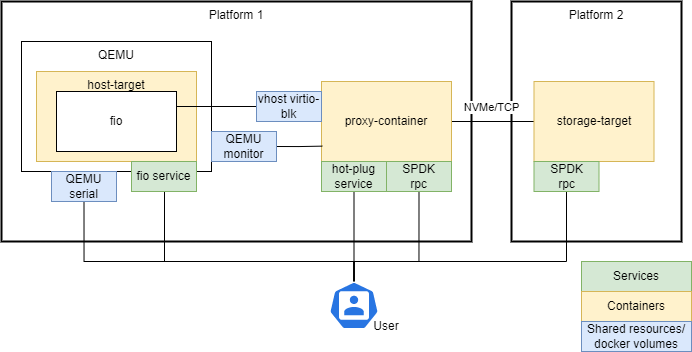
ipdk-io/ipdk keeps this draw.io diagram as build/storage/recipes/system_configuration.png. Above is the earlier version. Source tidied: cells renumbered, new cells last; positions are measured from the earlier drawing's top-left corner, leaving out a move shared by most shapes.
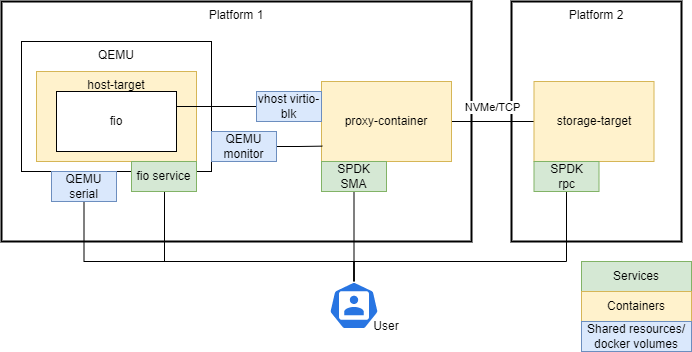
After the commit.

The edit, as a diff of the source:
```diff
@@ -42,14 +42,6 @@
         </Array>
       </mxGeometry>
     </mxCell>
-    <mxCell id="13" style="edgeStyle=orthogonalEdgeStyle;rounded=0;jettySize=auto;html=1;exitX=0.5;exitY=0;exitDx=0;exitDy=0;exitPerimeter=0;entryX=0.5;entryY=1;entryDx=0;entryDy=0;endArrow=none;endFill=0;" parent="1" edge="1" source="16" target="19">
-      <mxGeometry relative="1" as="geometry">
-        <Array as="points">
-          <mxPoint x="353" y="260" />
-          <mxPoint x="418" y="260" />
-        </Array>
-      </mxGeometry>
-    </mxCell>
     <mxCell id="14" style="edgeStyle=orthogonalEdgeStyle;rounded=0;jettySize=auto;html=1;exitX=0.5;exitY=0;exitDx=0;exitDy=0;exitPerimeter=0;endArrow=none;endFill=0;" parent="1" edge="1" source="16" target="17">
       <mxGeometry relative="1" as="geometry">
         <Array as="points">
@@ -72,12 +64,9 @@
     <mxCell id="17" value="fio service" style="rounded=0;whiteSpace=wrap;html=1;fillColor=#d5e8d4;strokeColor=#82b366;" parent="1" vertex="1">
       <mxGeometry x="130" y="160" width="65" height="30" as="geometry" />
     </mxCell>
-    <mxCell id="18" value="hot-plug service" style="rounded=0;whiteSpace=wrap;html=1;fillColor=#d5e8d4;strokeColor=#82b366;" parent="1" vertex="1">
+    <mxCell id="18" value="SPDK&lt;br&gt;SMA" style="rounded=0;whiteSpace=wrap;html=1;fillColor=#d5e8d4;strokeColor=#82b366;" parent="1" vertex="1">
       <mxGeometry x="320" y="160" width="65" height="30" as="geometry" />
     </mxCell>
-    <mxCell id="19" value="SPDK&lt;br&gt;rpc" style="rounded=0;whiteSpace=wrap;html=1;fillColor=#d5e8d4;strokeColor=#82b366;" parent="1" vertex="1">
-      <mxGeometry x="385" y="160" width="65" height="30" as="geometry" />
-    </mxCell>
     <mxCell id="20" value="SPDK&lt;br&gt;rpc" style="rounded=0;whiteSpace=wrap;html=1;fillColor=#d5e8d4;strokeColor=#82b366;" parent="1" vertex="1">
       <mxGeometry x="532.5" y="160" width="65" height="30" as="geometry" />
     </mxCell>
```
